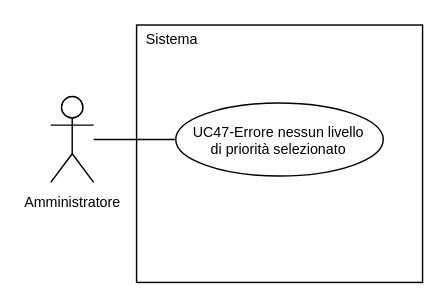
This is 2-RTB/Documenti_esterni/Analisi_dei_requisiti/draw.io/UC47.drawio from SnakeByteTeam/snakebyteteam.github.io, a draw.io file, before an edit. Source tidied: cells renumbered, new cells numbered last; positions are measured from the earlier drawing's top-left corner, leaving out a move shared by most shapes. Both pictures are drawn from the tidied source at 143%, with x=0, y=0 at pixel (50, 24).
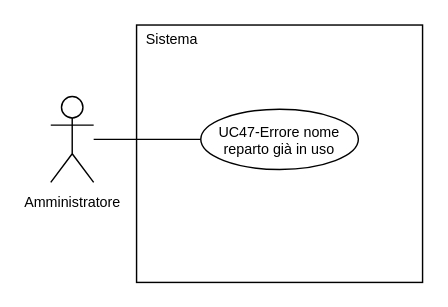
After the change.

Diff of the diagram source:
```diff
@@
 <mxGraphModel>
   <root>
     <mxCell id="0" />
     <mxCell id="1" parent="0" />
     <mxCell id="2" value="&lt;span style=&quot;font-size: 10px;&quot;&gt;Amministratore&lt;/span&gt;" style="shape=umlActor;verticalLabelPosition=bottom;verticalAlign=top;html=1;outlineConnect=0;" parent="1" vertex="1">
       <mxGeometry y="50" width="30" height="60" as="geometry" />
     </mxCell>
     <mxCell id="3" style="rounded=0;whiteSpace=wrap;html=1;" parent="1" vertex="1">
       <mxGeometry x="60" width="200" height="180" as="geometry" />
     </mxCell>
     <mxCell id="4" style="edgeStyle=orthogonalEdgeStyle;rounded=0;jettySize=auto;html=1;exitX=0;exitY=0.5;exitDx=0;exitDy=0;endArrow=none;endFill=0;" parent="1" edge="1" source="5" target="2">
       <mxGeometry relative="1" as="geometry" />
     </mxCell>
-    <mxCell id="5" value="&lt;div style=&quot;line-height: 100%;&quot;&gt;&lt;font style=&quot;line-height: 100%; font-size: 10px;&quot;&gt;UC47-Errore nessun livello&lt;/font&gt;&lt;/div&gt;&lt;div style=&quot;line-height: 100%;&quot;&gt;&lt;font style=&quot;line-height: 100%; font-size: 10px;&quot;&gt;di priorità selezionato&lt;/font&gt;&lt;/div&gt;" style="ellipse;whiteSpace=wrap;html=1;" parent="1" vertex="1">
-      <mxGeometry x="87.4" y="54.5" width="145.1" height="51.1" as="geometry" />
+    <mxCell id="5" value="&lt;div style=&quot;line-height: 100%;&quot;&gt;&lt;font style=&quot;line-height: 100%; font-size: 10px;&quot;&gt;UC47-Errore nome reparto già in uso&lt;/font&gt;&lt;/div&gt;" style="ellipse;whiteSpace=wrap;html=1;" parent="1" vertex="1">
+      <mxGeometry x="104.9" y="58.9" width="110.2" height="42.1" as="geometry" />
     </mxCell>
     <mxCell id="6" value="&lt;font style=&quot;font-size: 10px;&quot;&gt;Sistema&lt;/font&gt;" style="text;html=1;whiteSpace=wrap;strokeColor=none;fillColor=none;align=center;verticalAlign=middle;rounded=0;" parent="1" vertex="1">
       <mxGeometry x="60" width="50" height="20" as="geometry" />
     </mxCell>
   </root>
 </mxGraphModel>
```
